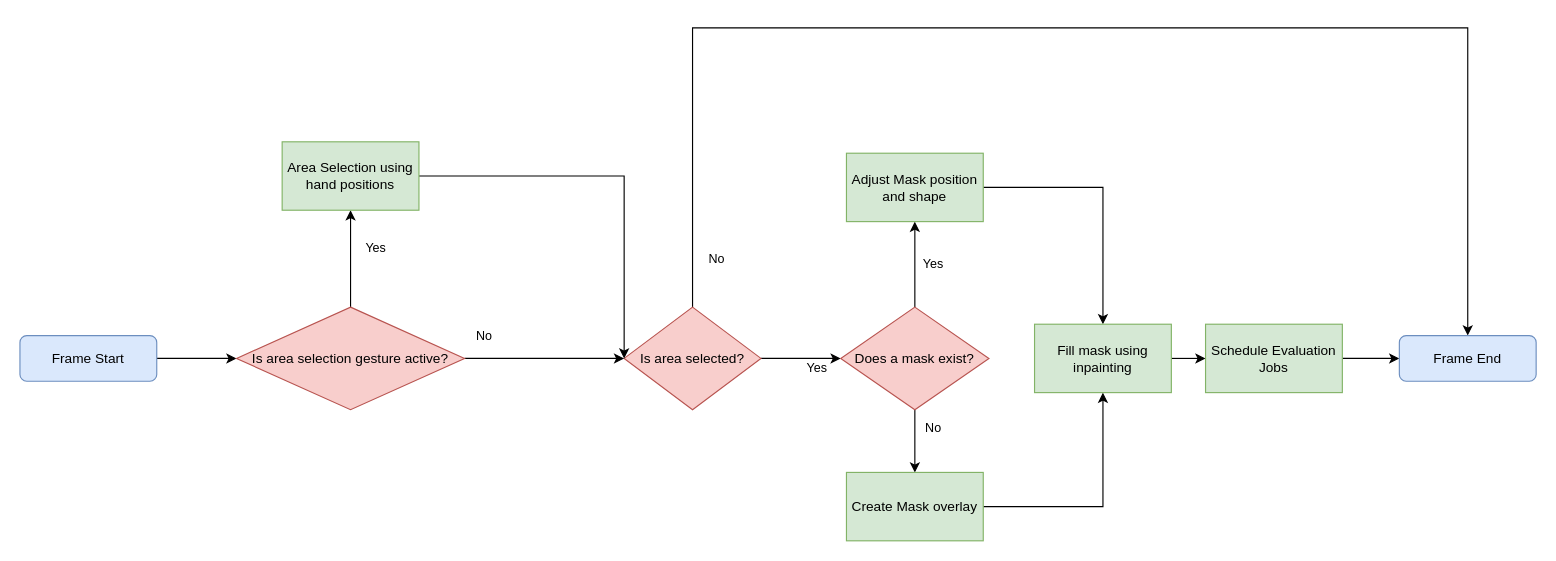
Shebbyy/InpaintAR keeps this draw.io diagram as Thesis/documents/HgbThesisEN/images/Workflow.drawio. Above is the earlier version. Source tidied: cells renumbered, new cells numbered last; positions are measured from the earlier drawing's top-left corner, leaving out a move shared by most shapes. Both pictures are drawn from the tidied source at 114%, with x=0, y=0 at pixel (19, 27).
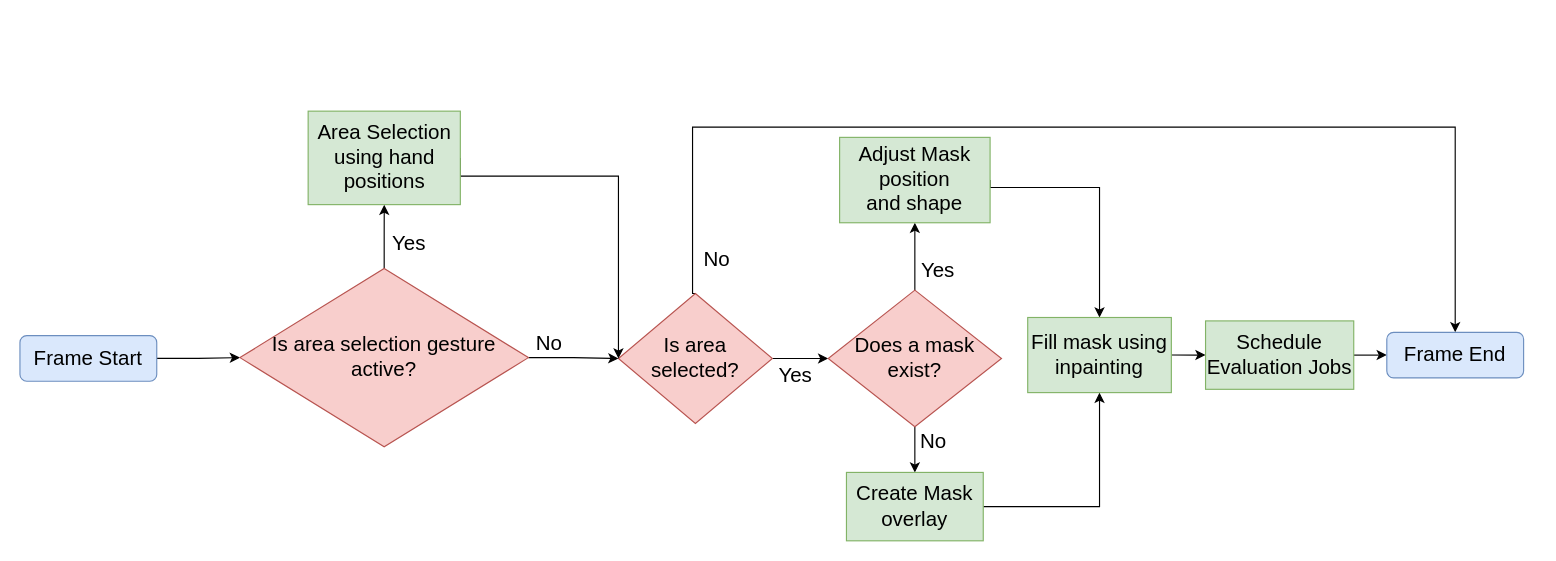
The same diagram, later.

Unchanged cells that the change refers to:
```xml
<mxCell id="4" style="edgeStyle=orthogonalEdgeStyle;rounded=0;jettySize=auto;html=1;exitX=1;exitY=0.5;exitDx=0;exitDy=0;entryX=0;entryY=0.5;entryDx=0;entryDy=0;" parent="1" edge="1" source="8" target="20">
  <mxGeometry relative="1" as="geometry" />
</mxCell>
<mxCell id="9" style="edgeStyle=orthogonalEdgeStyle;rounded=0;jettySize=auto;html=1;exitX=1;exitY=0.5;exitDx=0;exitDy=0;entryX=0;entryY=0.5;entryDx=0;entryDy=0;" parent="1" edge="1" source="13" target="8">
  <mxGeometry relative="1" as="geometry" />
</mxCell>
<mxCell id="11" style="edgeStyle=orthogonalEdgeStyle;rounded=0;jettySize=auto;html=1;exitX=0.5;exitY=0;exitDx=0;exitDy=0;entryX=0.5;entryY=1;entryDx=0;entryDy=0;" parent="1" edge="1" source="13" target="15">
  <mxGeometry relative="1" as="geometry" />
</mxCell>
<mxCell id="16" style="edgeStyle=orthogonalEdgeStyle;rounded=0;jettySize=auto;html=1;exitX=0.5;exitY=1;exitDx=0;exitDy=0;entryX=0.5;entryY=0;entryDx=0;entryDy=0;" parent="1" edge="1" source="20" target="22">
  <mxGeometry relative="1" as="geometry" />
</mxCell>
<mxCell id="18" style="edgeStyle=orthogonalEdgeStyle;rounded=0;jettySize=auto;html=1;exitX=0.5;exitY=0;exitDx=0;exitDy=0;entryX=0.5;entryY=1;entryDx=0;entryDy=0;" parent="1" edge="1" source="20" target="24">
  <mxGeometry relative="1" as="geometry" />
</mxCell>
```

Diff of the diagram source:
```diff
@@
-    <mxCell id="3" value="&lt;div&gt;Frame Start&lt;/div&gt;" style="rounded=1;whiteSpace=wrap;html=1;fontSize=12;glass=0;strokeWidth=1;shadow=0;fillColor=#dae8fc;strokeColor=#6c8ebf;" parent="1" vertex="1">
+    <mxCell id="3" value="&lt;div&gt;&lt;font style=&quot;font-size: 18px;&quot;&gt;Frame Start&lt;/font&gt;&lt;/div&gt;" style="rounded=1;whiteSpace=wrap;html=1;fontSize=12;glass=0;strokeWidth=1;shadow=0;fillColor=#dae8fc;strokeColor=#6c8ebf;" parent="1" vertex="1">
       <mxGeometry y="269.9" width="120" height="40" as="geometry" />
     </mxCell>
@@
-    <mxCell id="5" value="Yes" style="edgeLabel;html=1;align=center;verticalAlign=middle;" parent="4" vertex="1">
+    <mxCell id="5" value="&lt;font style=&quot;font-size: 18px;&quot;&gt;Yes&lt;/font&gt;" style="edgeLabel;html=1;align=center;verticalAlign=middle;" parent="4" vertex="1">
       <mxGeometry x="-0.14" y="6" relative="1" as="geometry">
-        <mxPoint x="18" y="14" as="offset" />
+        <mxPoint x="-2" y="21" as="offset" />
       </mxGeometry>
     </mxCell>
     <mxCell id="6" style="edgeStyle=orthogonalEdgeStyle;rounded=0;jettySize=auto;html=1;exitX=0.5;exitY=0;exitDx=0;exitDy=0;entryX=0.5;entryY=0;entryDx=0;entryDy=0;" parent="1" edge="1" source="8" target="29">
       <mxGeometry relative="1" as="geometry">
         <Array as="points">
-          <mxPoint x="590" y="-0.1" />
-          <mxPoint x="1270" y="-0.1" />
+          <mxPoint x="590" y="233" />
+          <mxPoint x="590" y="87" />
+          <mxPoint x="1259" y="87" />
         </Array>
       </mxGeometry>
     </mxCell>
-    <mxCell id="7" value="No" style="edgeLabel;html=1;align=center;verticalAlign=middle;" parent="6" vertex="1">
+    <mxCell id="7" value="&lt;font style=&quot;font-size: 18px;&quot;&gt;No&lt;/font&gt;" style="edgeLabel;html=1;align=center;verticalAlign=middle;" parent="6" vertex="1">
       <mxGeometry x="-0.91" y="-4" relative="1" as="geometry">
         <mxPoint x="16" y="12" as="offset" />
       </mxGeometry>
     </mxCell>
-    <mxCell id="8" value="Is area selected?" style="rhombus;whiteSpace=wrap;html=1;fillColor=#f8cecc;strokeColor=#b85450;" parent="1" vertex="1">
-      <mxGeometry x="530" y="244.9" width="120" height="90" as="geometry" />
+    <mxCell id="8" value="&lt;font style=&quot;font-size: 18px;&quot;&gt;Is area selected?&lt;/font&gt;" style="rhombus;whiteSpace=wrap;html=1;fillColor=#f8cecc;strokeColor=#b85450;" parent="1" vertex="1">
+      <mxGeometry x="525" y="233" width="135" height="113.9" as="geometry" />
     </mxCell>
@@
-    <mxCell id="10" value="No" style="edgeLabel;html=1;align=center;verticalAlign=middle;" parent="9" vertex="1">
+    <mxCell id="10" value="&lt;font style=&quot;font-size: 18px;&quot;&gt;No&lt;/font&gt;" style="edgeLabel;html=1;align=center;verticalAlign=middle;" parent="9" vertex="1">
       <mxGeometry x="-0.02" y="5" relative="1" as="geometry">
-        <mxPoint x="-53" y="-15" as="offset" />
+        <mxPoint x="-22" y="-8" as="offset" />
       </mxGeometry>
     </mxCell>
@@
-    <mxCell id="12" value="Yes" style="edgeLabel;html=1;align=center;verticalAlign=middle;" parent="11" vertex="1">
+    <mxCell id="12" value="&lt;font style=&quot;font-size: 18px;&quot;&gt;Yes&lt;/font&gt;" style="edgeLabel;html=1;align=center;verticalAlign=middle;" parent="11" vertex="1">
       <mxGeometry x="-0.06" y="2" relative="1" as="geometry">
-        <mxPoint x="23" y="-12" as="offset" />
+        <mxPoint x="23" y="3" as="offset" />
       </mxGeometry>
     </mxCell>
-    <mxCell id="13" value="Is area selection gesture active?" style="rhombus;whiteSpace=wrap;html=1;fillColor=#f8cecc;strokeColor=#b85450;" parent="1" vertex="1">
-      <mxGeometry x="190" y="244.9" width="200" height="90" as="geometry" />
+    <mxCell id="13" value="&lt;font style=&quot;font-size: 18px;&quot;&gt;Is area selection gesture active?&lt;/font&gt;" style="rhombus;whiteSpace=wrap;html=1;fillColor=#f8cecc;strokeColor=#b85450;" parent="1" vertex="1">
+      <mxGeometry x="193" y="211" width="253" height="156.4" as="geometry" />
     </mxCell>
     <mxCell id="14" style="edgeStyle=orthogonalEdgeStyle;rounded=0;jettySize=auto;html=1;exitX=1;exitY=0.5;exitDx=0;exitDy=0;entryX=0;entryY=0.5;entryDx=0;entryDy=0;" parent="1" edge="1" source="15" target="8">
       <mxGeometry relative="1" as="geometry">
         <Array as="points">
-          <mxPoint x="530" y="129.9" />
+          <mxPoint x="525" y="130" />
         </Array>
       </mxGeometry>
     </mxCell>
-    <mxCell id="15" value="Area Selection using hand positions" style="rounded=0;whiteSpace=wrap;html=1;fillColor=#d5e8d4;strokeColor=#82b366;" parent="1" vertex="1">
-      <mxGeometry x="230" y="99.9" width="120" height="60" as="geometry" />
+    <mxCell id="15" value="&lt;font style=&quot;font-size: 18px;&quot;&gt;Area Selection using hand positions&lt;/font&gt;" style="rounded=0;whiteSpace=wrap;html=1;fillColor=#d5e8d4;strokeColor=#82b366;" parent="1" vertex="1">
+      <mxGeometry x="252.8" y="73" width="133.5" height="82" as="geometry" />
     </mxCell>
@@
-    <mxCell id="17" value="No" style="edgeLabel;html=1;align=center;verticalAlign=middle;" parent="16" vertex="1">
+    <mxCell id="17" value="&lt;font style=&quot;font-size: 18px;&quot;&gt;No&lt;/font&gt;" style="edgeLabel;html=1;align=center;verticalAlign=middle;" parent="16" vertex="1">
       <mxGeometry x="-0.64" y="6" relative="1" as="geometry">
         <mxPoint x="9" y="6" as="offset" />
       </mxGeometry>
     </mxCell>
@@
-    <mxCell id="19" value="Yes" style="edgeLabel;html=1;align=center;verticalAlign=middle;" parent="18" vertex="1">
+    <mxCell id="19" value="&lt;font style=&quot;font-size: 18px;&quot;&gt;Yes&lt;/font&gt;" style="edgeLabel;html=1;align=center;verticalAlign=middle;" parent="18" vertex="1">
       <mxGeometry x="-0.31" y="-2" relative="1" as="geometry">
-        <mxPoint x="13" y="-12" as="offset" />
+        <mxPoint x="17" y="2" as="offset" />
       </mxGeometry>
     </mxCell>
-    <mxCell id="20" value="Does a mask exist?" style="rhombus;whiteSpace=wrap;html=1;fillColor=#f8cecc;strokeColor=#b85450;" parent="1" vertex="1">
-      <mxGeometry x="720" y="244.9" width="130" height="90" as="geometry" />
+    <mxCell id="20" value="&lt;font style=&quot;font-size: 18px;&quot;&gt;Does a mask exist?&lt;/font&gt;" style="rhombus;whiteSpace=wrap;html=1;fillColor=#f8cecc;strokeColor=#b85450;" parent="1" vertex="1">
+      <mxGeometry x="709" y="230" width="152" height="119.9" as="geometry" />
     </mxCell>
     <mxCell id="21" style="edgeStyle=orthogonalEdgeStyle;rounded=0;jettySize=auto;html=1;exitX=1;exitY=0.5;exitDx=0;exitDy=0;entryX=0.5;entryY=1;entryDx=0;entryDy=0;" parent="1" edge="1" source="22" target="26">
       <mxGeometry relative="1" as="geometry">
         <Array as="points">
-          <mxPoint x="950" y="419.9" />
+          <mxPoint x="947" y="420" />
         </Array>
       </mxGeometry>
     </mxCell>
-    <mxCell id="22" value="Create Mask overlay" style="rounded=0;whiteSpace=wrap;html=1;fillColor=#d5e8d4;strokeColor=#82b366;" parent="1" vertex="1">
+    <mxCell id="22" value="&lt;font style=&quot;font-size: 18px;&quot;&gt;Create Mask overlay&lt;/font&gt;" style="rounded=0;whiteSpace=wrap;html=1;fillColor=#d5e8d4;strokeColor=#82b366;" parent="1" vertex="1">
       <mxGeometry x="725" y="389.9" width="120" height="60" as="geometry" />
     </mxCell>
     <mxCell id="23" style="edgeStyle=orthogonalEdgeStyle;rounded=0;jettySize=auto;html=1;exitX=1;exitY=0.5;exitDx=0;exitDy=0;entryX=0.5;entryY=0;entryDx=0;entryDy=0;" parent="1" edge="1" source="24" target="26">
       <mxGeometry relative="1" as="geometry">
         <Array as="points">
-          <mxPoint x="950" y="139.9" />
+          <mxPoint x="851" y="140" />
+          <mxPoint x="947" y="140" />
         </Array>
       </mxGeometry>
     </mxCell>
-    <mxCell id="24" value="&lt;div&gt;Adjust Mask position&lt;/div&gt;and shape" style="rounded=0;whiteSpace=wrap;html=1;fillColor=#d5e8d4;strokeColor=#82b366;" parent="1" vertex="1">
-      <mxGeometry x="725" y="109.9" width="120" height="60" as="geometry" />
+    <mxCell id="24" value="&lt;div&gt;&lt;font style=&quot;font-size: 18px;&quot;&gt;Adjust Mask position&lt;/font&gt;&lt;/div&gt;&lt;font style=&quot;font-size: 18px;&quot;&gt;and shape&lt;/font&gt;" style="rounded=0;whiteSpace=wrap;html=1;fillColor=#d5e8d4;strokeColor=#82b366;" parent="1" vertex="1">
+      <mxGeometry x="719" y="96" width="132" height="74.9" as="geometry" />
     </mxCell>
@@
-    <mxCell id="26" value="Fill mask using inpainting" style="rounded=0;whiteSpace=wrap;html=1;fillColor=#d5e8d4;strokeColor=#82b366;" parent="1" vertex="1">
-      <mxGeometry x="890" y="259.9" width="120" height="60" as="geometry" />
+    <mxCell id="26" value="&lt;font style=&quot;font-size: 18px;&quot;&gt;Fill mask using inpainting&lt;/font&gt;" style="rounded=0;whiteSpace=wrap;html=1;fillColor=#d5e8d4;strokeColor=#82b366;" parent="1" vertex="1">
+      <mxGeometry x="884" y="254" width="126" height="65.9" as="geometry" />
     </mxCell>
@@
-    <mxCell id="28" value="Schedule Evaluation Jobs" style="rounded=0;whiteSpace=wrap;html=1;fillColor=#d5e8d4;strokeColor=#82b366;" parent="1" vertex="1">
-      <mxGeometry x="1040" y="259.9" width="120" height="60" as="geometry" />
+    <mxCell id="28" value="&lt;font style=&quot;font-size: 18px;&quot;&gt;Schedule Evaluation Jobs&lt;/font&gt;" style="rounded=0;whiteSpace=wrap;html=1;fillColor=#d5e8d4;strokeColor=#82b366;" parent="1" vertex="1">
+      <mxGeometry x="1040" y="257" width="130" height="60" as="geometry" />
     </mxCell>
-    <mxCell id="29" value="Frame End" style="rounded=1;whiteSpace=wrap;html=1;fontSize=12;glass=0;strokeWidth=1;shadow=0;fillColor=#dae8fc;strokeColor=#6c8ebf;" parent="1" vertex="1">
-      <mxGeometry x="1210" y="269.9" width="120" height="40" as="geometry" />
+    <mxCell id="29" value="&lt;font style=&quot;font-size: 18px;&quot;&gt;Frame End&lt;/font&gt;" style="rounded=1;whiteSpace=wrap;html=1;fontSize=12;glass=0;strokeWidth=1;shadow=0;fillColor=#dae8fc;strokeColor=#6c8ebf;" parent="1" vertex="1">
+      <mxGeometry x="1199" y="267" width="120" height="40" as="geometry" />
     </mxCell>
```
